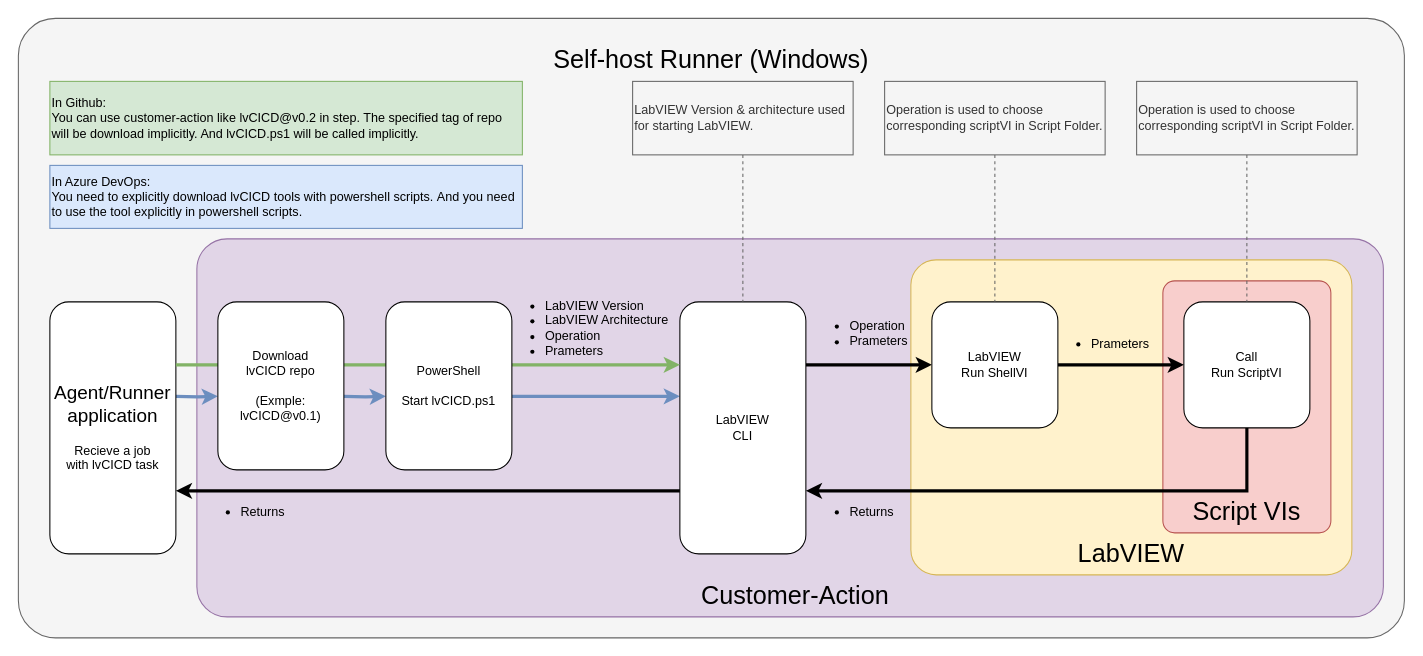
Earlier version of the draw.io diagram docs/architecture.drawio (LV-APT/lvCICD). Source tidied: cells renumbered, new cells numbered last; positions are measured from the earlier drawing's top-left corner, leaving out a move shared by most shapes. Both pictures are drawn from the tidied source at 105%, with x=0, y=0 at pixel (18, 18).
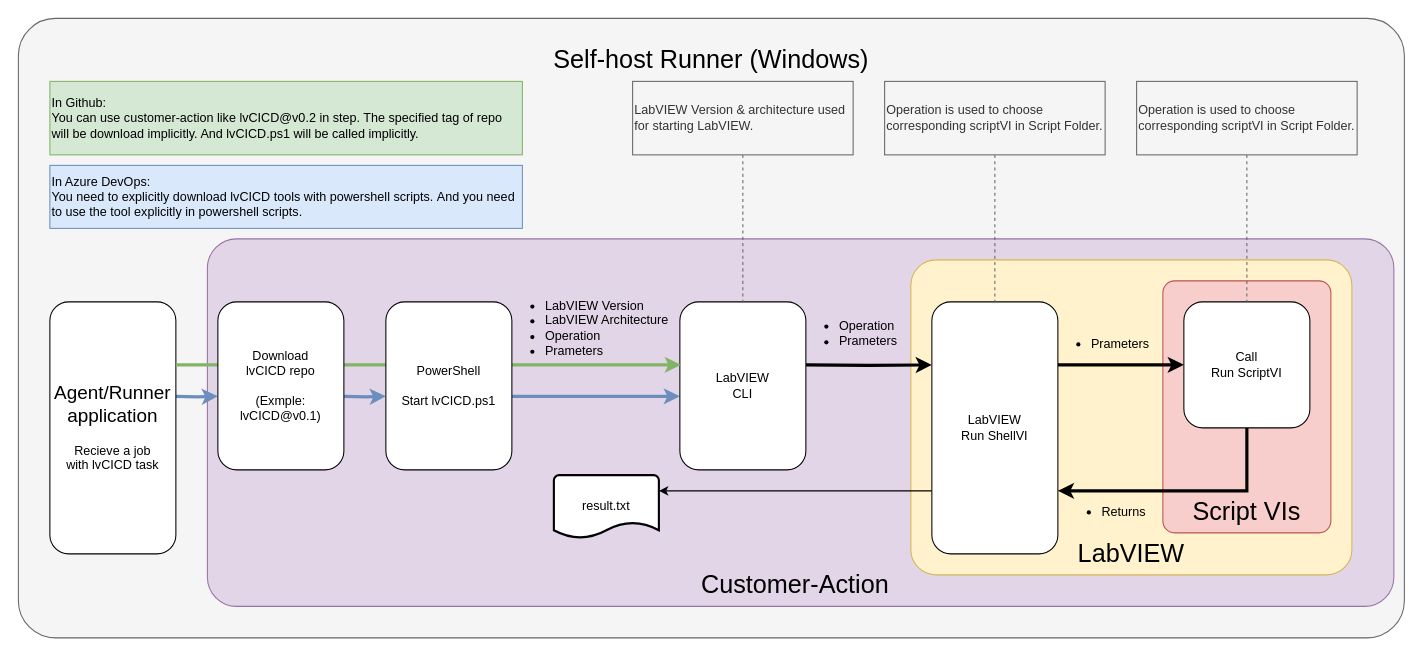
Above is the later version.

Unchanged cells that the change refers to:
```xml
<mxCell id="7" value="&lt;font style=&quot;font-size: 18px&quot;&gt;&lt;font style=&quot;font-size: 18px&quot;&gt;Agent/Runner&lt;/font&gt;&lt;br&gt;application&lt;br&gt;&lt;/font&gt;&lt;br&gt;Recieve a job&lt;br&gt;with lvCICD task" style="rounded=1;whiteSpace=wrap;html=1;" parent="1" vertex="1">
  <mxGeometry x="30" y="270" width="120" height="240" as="geometry" />
</mxCell>
<mxCell id="15" value="Call&lt;br&gt;Run ScriptVI" style="rounded=1;whiteSpace=wrap;html=1;" parent="1" vertex="1">
  <mxGeometry x="1110" y="270" width="120" height="120" as="geometry" />
</mxCell>
```

What changed in the source:
```diff
@@
     <mxCell id="3" style="rounded=1;whiteSpace=wrap;html=1;align=left;fillColor=#e1d5e7;strokeColor=#9673a6;arcSize=8;" parent="1" vertex="1">
-      <mxGeometry x="170" y="210" width="1130" height="360" as="geometry" />
+      <mxGeometry x="180" y="210" width="1130" height="350" as="geometry" />
     </mxCell>
@@
-    <mxCell id="10" style="edgeStyle=orthogonalEdgeStyle;rounded=0;jettySize=auto;html=1;entryX=0;entryY=0.5;entryDx=0;entryDy=0;exitX=1;exitY=0.25;exitDx=0;exitDy=0;strokeWidth=3;" parent="1" edge="1" source="11" target="13">
-      <mxGeometry relative="1" as="geometry" />
+    <mxCell id="10" style="edgeStyle=orthogonalEdgeStyle;rounded=0;jettySize=auto;html=1;entryX=0;entryY=0.25;entryDx=0;entryDy=0;strokeWidth=3;" parent="1" edge="1" target="13">
+      <mxGeometry relative="1" as="geometry">
+        <mxPoint x="750" y="330" as="sourcePoint" />
+      </mxGeometry>
     </mxCell>
     <mxCell id="11" value="LabVIEW&lt;br&gt;CLI" style="rounded=1;whiteSpace=wrap;html=1;" parent="1" vertex="1">
-      <mxGeometry x="630" y="270" width="120" height="240" as="geometry" />
+      <mxGeometry x="630" y="270" width="120" height="160" as="geometry" />
     </mxCell>
-    <mxCell id="12" style="edgeStyle=orthogonalEdgeStyle;rounded=0;jettySize=auto;html=1;exitX=1;exitY=0.5;exitDx=0;exitDy=0;entryX=0;entryY=0.5;entryDx=0;entryDy=0;strokeWidth=3;" parent="1" edge="1" source="13" target="15">
+    <mxCell id="12" style="edgeStyle=orthogonalEdgeStyle;rounded=0;jettySize=auto;html=1;exitX=1;exitY=0.25;exitDx=0;exitDy=0;entryX=0;entryY=0.5;entryDx=0;entryDy=0;strokeWidth=3;" parent="1" edge="1" source="13" target="15">
       <mxGeometry relative="1" as="geometry" />
     </mxCell>
+    <mxCell id="37" style="edgeStyle=orthogonalEdgeStyle;rounded=0;jettySize=auto;html=1;exitX=0;exitY=0.75;exitDx=0;exitDy=0;entryX=1;entryY=0.25;entryDx=0;entryDy=0;entryPerimeter=0;" parent="1" edge="1" source="13" target="38">
+      <mxGeometry relative="1" as="geometry" />
+    </mxCell>
     <mxCell id="13" value="LabVIEW&lt;br&gt;Run ShellVI" style="rounded=1;whiteSpace=wrap;html=1;" parent="1" vertex="1">
-      <mxGeometry x="870" y="270" width="120" height="120" as="geometry" />
+      <mxGeometry x="870" y="270" width="120" height="240" as="geometry" />
     </mxCell>
-    <mxCell id="14" style="edgeStyle=orthogonalEdgeStyle;rounded=0;jettySize=auto;html=1;exitX=0.5;exitY=1;exitDx=0;exitDy=0;entryX=1;entryY=0.75;entryDx=0;entryDy=0;strokeWidth=3;" parent="1" edge="1" source="15" target="11">
+    <mxCell id="14" style="edgeStyle=orthogonalEdgeStyle;rounded=0;jettySize=auto;html=1;exitX=0.5;exitY=1;exitDx=0;exitDy=0;entryX=1;entryY=0.75;entryDx=0;entryDy=0;strokeWidth=3;" parent="1" edge="1" source="15" target="13">
       <mxGeometry relative="1" as="geometry" />
     </mxCell>
@@
-    <mxCell id="17" style="edgeStyle=orthogonalEdgeStyle;rounded=0;jettySize=auto;html=1;exitX=1;exitY=0.25;exitDx=0;exitDy=0;entryX=0;entryY=0.25;entryDx=0;entryDy=0;fillColor=#d5e8d4;strokeColor=#82b366;strokeWidth=3;" parent="1" edge="1" source="7" target="11">
+    <mxCell id="17" style="edgeStyle=orthogonalEdgeStyle;rounded=0;jettySize=auto;html=1;exitX=1;exitY=0.25;exitDx=0;exitDy=0;entryX=0.008;entryY=0.375;entryDx=0;entryDy=0;fillColor=#d5e8d4;strokeColor=#82b366;strokeWidth=3;entryPerimeter=0;" parent="1" edge="1" source="7" target="11">
       <mxGeometry relative="1" as="geometry" />
     </mxCell>
@@
     <mxCell id="20" value="&lt;ul&gt;&lt;li&gt;&lt;span&gt;Operation&lt;/span&gt;&lt;br&gt;&lt;/li&gt;&lt;li&gt;&lt;span&gt;Prameters&lt;/span&gt;&lt;/li&gt;&lt;/ul&gt;" style="text;html=1;strokeColor=none;fillColor=none;align=left;verticalAlign=middle;whiteSpace=wrap;rounded=0;" parent="1" vertex="1">
-      <mxGeometry x="750" y="280" width="110" height="40" as="geometry" />
+      <mxGeometry x="740" y="280" width="110" height="40" as="geometry" />
     </mxCell>
@@
     <mxCell id="22" value="&lt;ul&gt;&lt;li&gt;&lt;span&gt;Returns&lt;/span&gt;&lt;br&gt;&lt;/li&gt;&lt;/ul&gt;" style="text;html=1;strokeColor=none;fillColor=none;align=left;verticalAlign=middle;whiteSpace=wrap;rounded=0;" parent="1" vertex="1">
-      <mxGeometry x="750" y="450" width="165" height="40" as="geometry" />
+      <mxGeometry x="990" y="450" width="165" height="40" as="geometry" />
     </mxCell>
@@
-    <mxCell id="29" style="edgeStyle=orthogonalEdgeStyle;rounded=0;jettySize=auto;html=1;exitX=0;exitY=0.75;exitDx=0;exitDy=0;entryX=1;entryY=0.75;entryDx=0;entryDy=0;strokeWidth=3;" parent="1" edge="1" source="11" target="7">
-      <mxGeometry relative="1" as="geometry" />
-    </mxCell>
@@
     <mxCell id="33" value="Customer-Action" style="text;html=1;strokeColor=none;fillColor=none;align=center;verticalAlign=middle;whiteSpace=wrap;rounded=0;fontSize=24;" parent="1" vertex="1">
-      <mxGeometry x="570" y="540" width="340" height="20" as="geometry" />
+      <mxGeometry x="570" y="530" width="340" height="20" as="geometry" />
     </mxCell>
@@
-    <mxCell id="36" value="&lt;ul&gt;&lt;li&gt;&lt;span&gt;Returns&lt;/span&gt;&lt;br&gt;&lt;/li&gt;&lt;/ul&gt;" style="text;html=1;strokeColor=none;fillColor=none;align=left;verticalAlign=middle;whiteSpace=wrap;rounded=0;" parent="1" vertex="1">
-      <mxGeometry x="170" y="450" width="165" height="40" as="geometry" />
-    </mxCell>
+    <mxCell id="38" value="result.txt" style="strokeWidth=2;html=1;shape=mxgraph.flowchart.document2;whiteSpace=wrap;size=0.25;" parent="1" vertex="1">
+      <mxGeometry x="510" y="435" width="100" height="60" as="geometry" />
+    </mxCell>
```
